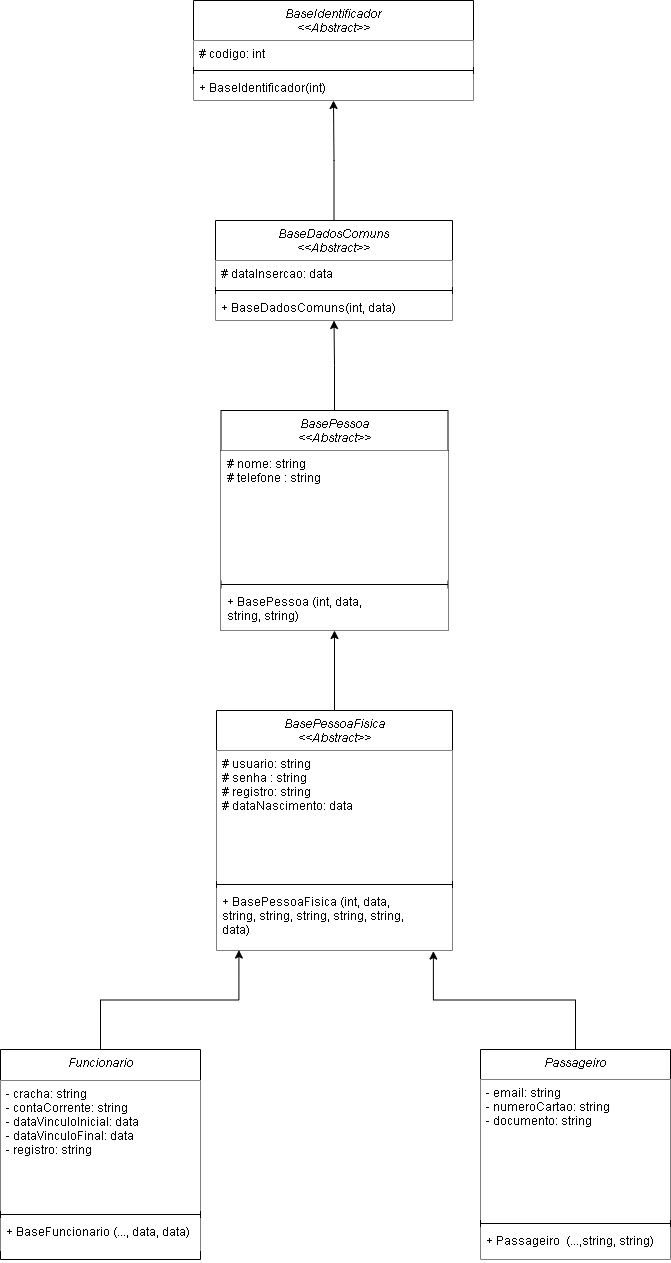
LipeCoelho21/atividade-04 keeps this draw.io diagram as DIAGRAMA ATIVIDADE 04.drawio.png. Above is the earlier version. Source tidied: cells renumbered, new cells last; positions are measured from the earlier drawing's top-left corner, leaving out a move shared by most shapes.
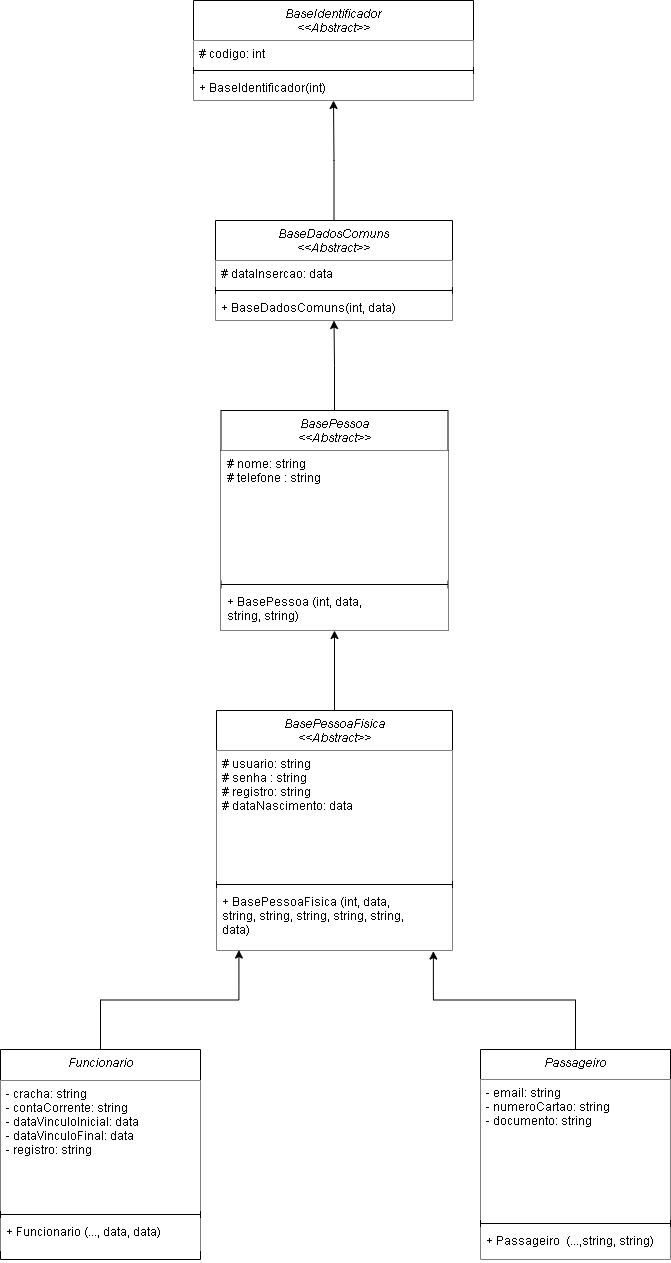
The same diagram one commit later.

Diff of the diagram source:
```diff
@@ -86,7 +86,7 @@
     <mxCell id="29" style="line;html=1;strokeWidth=1;align=left;verticalAlign=middle;spacingTop=-1;spacingLeft=3;spacingRight=3;labelPosition=right;" parent="27" vertex="1">
       <mxGeometry y="161" width="200" height="8" as="geometry" />
     </mxCell>
-    <mxCell id="30" value="+ BaseFuncionario (..., data, data)" style="text;align=left;verticalAlign=top;spacingLeft=4;spacingRight=4;overflow=hidden;fillColor=default;" parent="27" vertex="1">
+    <mxCell id="30" value="+ Funcionario (..., data, data)" style="text;align=left;verticalAlign=top;spacingLeft=4;spacingRight=4;overflow=hidden;fillColor=default;" parent="27" vertex="1">
       <mxGeometry y="169" width="200" height="32" as="geometry" />
     </mxCell>
   </root>
```
